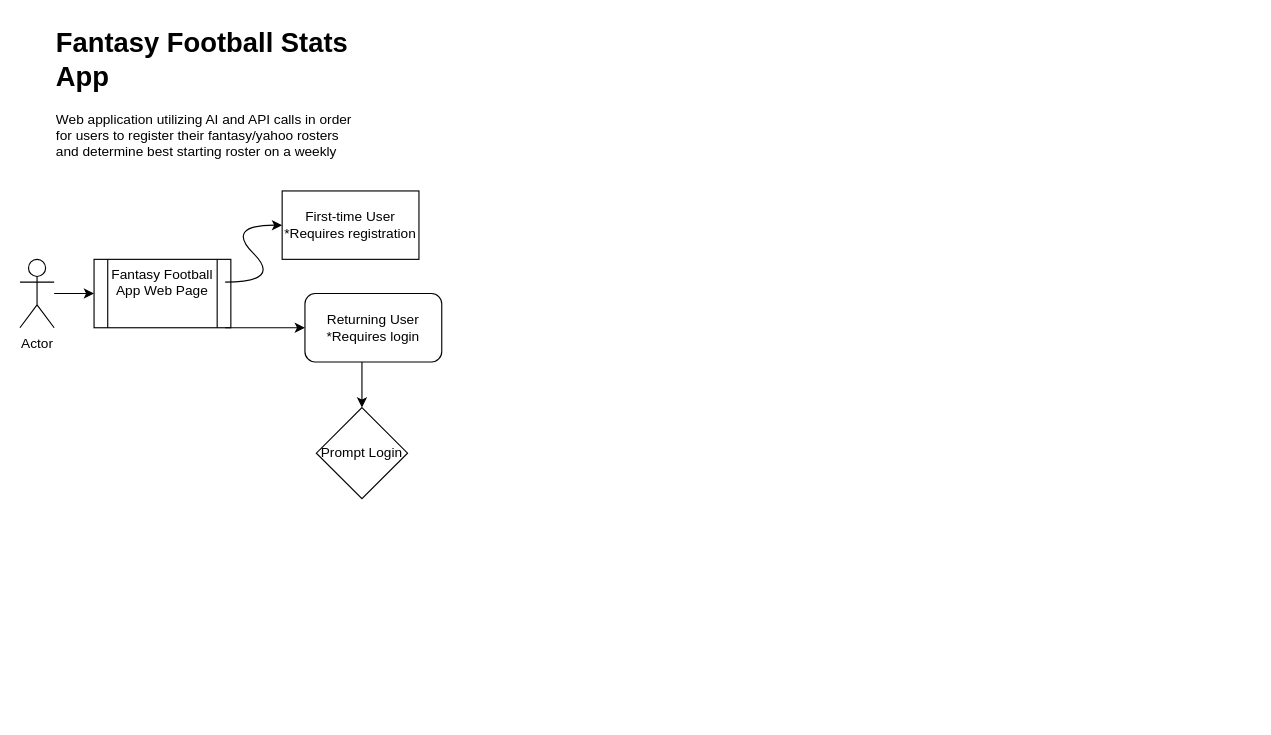
Above: fantasyfootball-app.drawio in ant-cantu/fumbld-ai (draw.io), before the change. Source tidied: cells renumbered, new cells numbered last; positions are measured from the earlier drawing's top-left corner, leaving out a move shared by most shapes. Both pictures are drawn from the tidied source at 114%, with x=0, y=0 at pixel (19, 19).
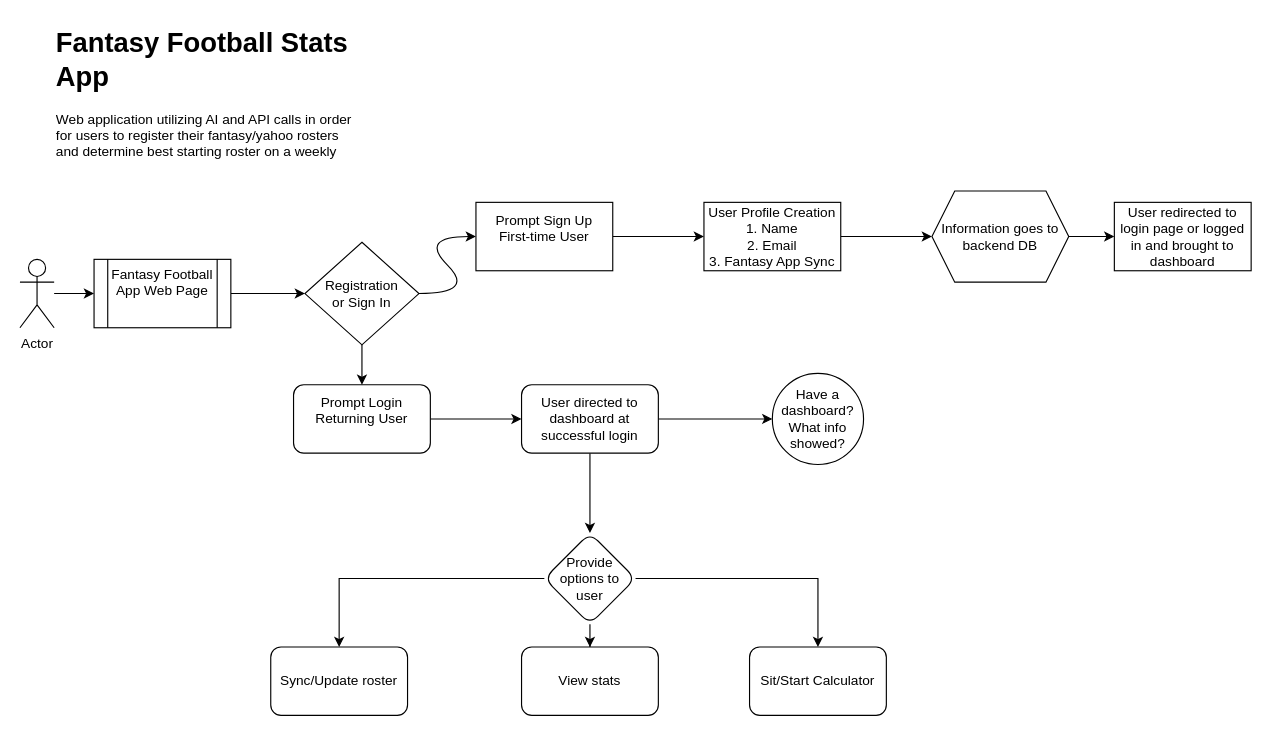
Above is the later version.

Commit message:
Updated diagram with basic layout idea of app.

The change refers to these unchanged cells:
```xml
<mxCell id="5" value="Fantasy Football App Web Page" style="shape=process;whiteSpace=wrap;html=1;backgroundOutline=1;verticalAlign=top;" parent="1" vertex="1">
  <mxGeometry x="65" y="210" width="120" height="60" as="geometry" />
</mxCell>
```

Change to the diagram source:
```diff
@@
+    <mxCell id="12" style="edgeStyle=orthogonalEdgeStyle;rounded=0;jettySize=auto;html=1;" parent="1" edge="1" source="5" target="16">
+      <mxGeometry relative="1" as="geometry" />
+    </mxCell>
@@
-    <mxCell id="6" style="curved=1;endArrow=classic;html=1;rounded=0;" parent="1" edge="1">
-      <mxGeometry relative="1" as="geometry">
-        <mxPoint x="180" y="230" as="sourcePoint" />
-        <mxPoint x="230" y="180" as="targetPoint" />
-        <Array as="points">
-          <mxPoint x="230" y="230" />
-          <mxPoint x="180" y="180" />
-        </Array>
-      </mxGeometry>
-    </mxCell>
+    <mxCell id="13" style="edgeStyle=orthogonalEdgeStyle;rounded=0;jettySize=auto;html=1;" parent="1" edge="1" source="7" target="19">
+      <mxGeometry relative="1" as="geometry" />
+    </mxCell>
-    <mxCell id="7" value="First-time User&lt;div&gt;*Requires registration&lt;/div&gt;" style="rounded=0;whiteSpace=wrap;html=1;" parent="1" vertex="1">
-      <mxGeometry x="230" y="150" width="120" height="60" as="geometry" />
+    <mxCell id="7" value="Prompt Sign Up&lt;br&gt;First-time User&lt;div&gt;&lt;br&gt;&lt;/div&gt;" style="rounded=0;whiteSpace=wrap;html=1;" parent="1" vertex="1">
+      <mxGeometry x="400" y="160" width="120" height="60" as="geometry" />
     </mxCell>
-    <mxCell id="8" style="endArrow=classic;html=1;rounded=0;" parent="1" edge="1">
-      <mxGeometry relative="1" as="geometry">
-        <mxPoint x="180" y="270" as="sourcePoint" />
-        <mxPoint x="250" y="270" as="targetPoint" />
-      </mxGeometry>
-    </mxCell>
+    <mxCell id="14" style="edgeStyle=orthogonalEdgeStyle;rounded=0;jettySize=auto;html=1;" parent="1" edge="1" source="9" target="25">
+      <mxGeometry relative="1" as="geometry" />
+    </mxCell>
-    <mxCell id="9" value="Returning User&lt;div&gt;*Requires login&lt;/div&gt;" style="rounded=1;whiteSpace=wrap;html=1;" parent="1" vertex="1">
-      <mxGeometry x="250" y="240" width="120" height="60" as="geometry" />
+    <mxCell id="9" value="Prompt Login&lt;br&gt;Returning User&lt;div&gt;&lt;br&gt;&lt;/div&gt;" style="rounded=1;whiteSpace=wrap;html=1;" parent="1" vertex="1">
+      <mxGeometry x="240" y="320" width="120" height="60" as="geometry" />
     </mxCell>
-    <mxCell id="10" style="endArrow=classic;html=1;rounded=0;" parent="1" edge="1">
-      <mxGeometry relative="1" as="geometry">
-        <mxPoint x="300" y="300" as="sourcePoint" />
-        <mxPoint x="300" y="340" as="targetPoint" />
-      </mxGeometry>
-    </mxCell>
-    <mxCell id="11" value="Prompt Login" style="rhombus;whiteSpace=wrap;html=1;" parent="1" vertex="1">
-      <mxGeometry x="260" y="340" width="80" height="80" as="geometry" />
-    </mxCell>
+    <mxCell id="15" style="edgeStyle=orthogonalEdgeStyle;rounded=0;jettySize=auto;html=1;" parent="1" edge="1" source="16" target="9">
+      <mxGeometry relative="1" as="geometry" />
+    </mxCell>
+    <mxCell id="16" value="Registration&lt;br&gt;or Sign In" style="rhombus;whiteSpace=wrap;html=1;" parent="1" vertex="1">
+      <mxGeometry x="250" y="195" width="100" height="90" as="geometry" />
+    </mxCell>
+    <mxCell id="17" style="curved=1;endArrow=classic;html=1;rounded=0;" parent="1" edge="1">
+      <mxGeometry relative="1" as="geometry">
+        <mxPoint x="350" y="240" as="sourcePoint" />
+        <mxPoint x="400" y="190" as="targetPoint" />
+        <Array as="points">
+          <mxPoint x="400" y="240" />
+          <mxPoint x="350" y="190" />
+        </Array>
+      </mxGeometry>
+    </mxCell>
+    <mxCell id="18" style="edgeStyle=orthogonalEdgeStyle;rounded=0;jettySize=auto;html=1;" parent="1" edge="1" source="19">
+      <mxGeometry relative="1" as="geometry">
+        <mxPoint x="800" y="190" as="targetPoint" />
+      </mxGeometry>
+    </mxCell>
+    <mxCell id="19" value="User Profile Creation&lt;br&gt;1. Name&lt;br&gt;2. Email&lt;br&gt;3. Fantasy App Sync" style="whiteSpace=wrap;html=1;rounded=0;" parent="1" vertex="1">
+      <mxGeometry x="600" y="160" width="120" height="60" as="geometry" />
+    </mxCell>
+    <mxCell id="20" style="edgeStyle=orthogonalEdgeStyle;rounded=0;jettySize=auto;html=1;" parent="1" edge="1" source="21" target="22">
+      <mxGeometry relative="1" as="geometry" />
+    </mxCell>
+    <mxCell id="21" value="Information goes to backend DB" style="shape=hexagon;perimeter=hexagonPerimeter2;whiteSpace=wrap;html=1;fixedSize=1;" parent="1" vertex="1">
+      <mxGeometry x="800" y="150" width="120" height="80" as="geometry" />
+    </mxCell>
+    <mxCell id="22" value="User redirected to login page or logged in and brought to dashboard" style="whiteSpace=wrap;html=1;" parent="1" vertex="1">
+      <mxGeometry x="960" y="160" width="120" height="60" as="geometry" />
+    </mxCell>
+    <mxCell id="23" style="edgeStyle=orthogonalEdgeStyle;rounded=0;jettySize=auto;html=1;" parent="1" edge="1" source="25" target="26">
+      <mxGeometry relative="1" as="geometry" />
+    </mxCell>
+    <mxCell id="24" style="edgeStyle=orthogonalEdgeStyle;rounded=0;jettySize=auto;html=1;" parent="1" edge="1" source="25" target="30">
+      <mxGeometry relative="1" as="geometry" />
+    </mxCell>
+    <mxCell id="25" value="User directed to dashboard at successful login" style="whiteSpace=wrap;html=1;rounded=1;" parent="1" vertex="1">
+      <mxGeometry x="440" y="320" width="120" height="60" as="geometry" />
+    </mxCell>
+    <mxCell id="26" value="Have a dashboard? What info showed?" style="ellipse;whiteSpace=wrap;html=1;rounded=1;" parent="1" vertex="1">
+      <mxGeometry x="660" y="310" width="80" height="80" as="geometry" />
+    </mxCell>
+    <mxCell id="27" style="edgeStyle=orthogonalEdgeStyle;rounded=0;jettySize=auto;html=1;" parent="1" edge="1" source="30" target="31">
+      <mxGeometry relative="1" as="geometry" />
+    </mxCell>
+    <mxCell id="28" style="edgeStyle=orthogonalEdgeStyle;rounded=0;jettySize=auto;html=1;" parent="1" edge="1" source="30" target="32">
+      <mxGeometry relative="1" as="geometry" />
+    </mxCell>
+    <mxCell id="29" style="edgeStyle=orthogonalEdgeStyle;rounded=0;jettySize=auto;html=1;" parent="1" edge="1" source="30" target="33">
+      <mxGeometry relative="1" as="geometry" />
+    </mxCell>
+    <mxCell id="30" value="Provide options to user" style="rhombus;whiteSpace=wrap;html=1;rounded=1;" parent="1" vertex="1">
+      <mxGeometry x="460" y="450" width="80" height="80" as="geometry" />
+    </mxCell>
+    <mxCell id="31" value="Sync/Update roster" style="rounded=1;whiteSpace=wrap;html=1;" parent="1" vertex="1">
+      <mxGeometry x="220" y="550" width="120" height="60" as="geometry" />
+    </mxCell>
+    <mxCell id="32" value="View stats" style="whiteSpace=wrap;html=1;rounded=1;" parent="1" vertex="1">
+      <mxGeometry x="440" y="550" width="120" height="60" as="geometry" />
+    </mxCell>
+    <mxCell id="33" value="Sit/Start Calculator" style="whiteSpace=wrap;html=1;rounded=1;" parent="1" vertex="1">
+      <mxGeometry x="640" y="550" width="120" height="60" as="geometry" />
+    </mxCell>
```
